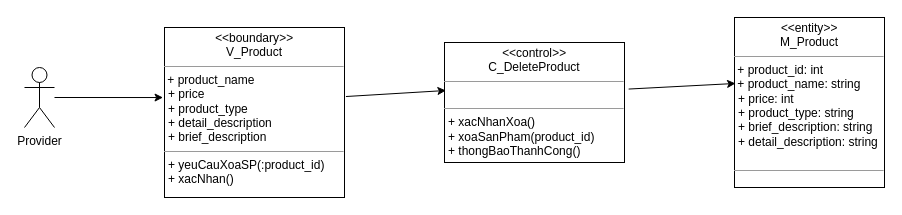
Above: Lop_tham_gia_Usecase/Duy's ClassUC/XoaSanPhamClass.drawio in hoangminh15/PTTKHT (draw.io), before the change. Source tidied: cells renumbered, new cells numbered last; positions are measured from the earlier drawing's top-left corner, leaving out a move shared by most shapes. Both pictures are drawn from the tidied source at 100%, with x=0, y=0 at pixel (24, 17).
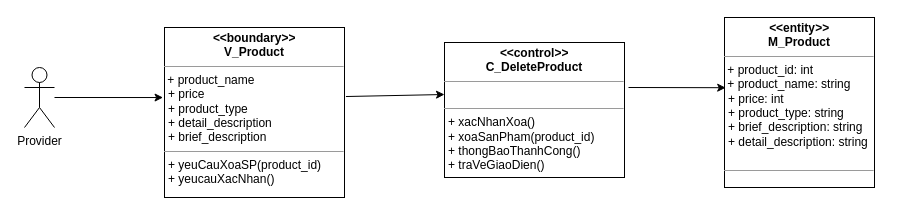
The same page after the edit.

Diff of the diagram source:
```diff
@@
 <mxGraphModel>
   <root>
     <mxCell id="0" />
     <mxCell id="1" parent="0" />
     <mxCell id="2" value="Provider" style="shape=umlActor;verticalLabelPosition=bottom;verticalAlign=top;html=1;" parent="1" vertex="1">
       <mxGeometry y="50" width="30" height="60" as="geometry" />
     </mxCell>
-    <mxCell id="3" value="&lt;p style=&quot;margin: 0px ; margin-top: 4px ; text-align: center&quot;&gt;&lt;i&gt;&amp;lt;&lt;/i&gt;&amp;lt;boundary&lt;i&gt;&amp;gt;&amp;gt;&lt;/i&gt;&lt;br&gt;V_Product&lt;/p&gt;&lt;hr size=&quot;1&quot;&gt;&amp;nbsp;+ product_name&lt;br&gt;&lt;p style=&quot;margin: 0px ; margin-left: 4px&quot;&gt;+ price&lt;br&gt;&lt;/p&gt;&lt;p style=&quot;margin: 0px ; margin-left: 4px&quot;&gt;+ product_type&lt;br&gt;&lt;/p&gt;&lt;p style=&quot;margin: 0px ; margin-left: 4px&quot;&gt;+ detail_description&lt;br&gt;&lt;/p&gt;&lt;p style=&quot;margin: 0px ; margin-left: 4px&quot;&gt;+ brief_description&lt;br&gt;&lt;/p&gt;&lt;hr size=&quot;1&quot;&gt;&lt;p style=&quot;margin: 0px ; margin-left: 4px&quot;&gt;+ yeuCauXoaSP(:product_id)&lt;br&gt;&lt;/p&gt;&lt;p style=&quot;margin: 0px ; margin-left: 4px&quot;&gt;+ xacNhan()&lt;/p&gt;" style="verticalAlign=top;align=left;overflow=fill;fontSize=12;fontFamily=Helvetica;html=1;" parent="1" vertex="1">
+    <mxCell id="3" value="&lt;p style=&quot;margin: 0px ; margin-top: 4px ; text-align: center&quot;&gt;&lt;b&gt;&lt;i&gt;&amp;lt;&lt;/i&gt;&amp;lt;boundary&lt;i&gt;&amp;gt;&amp;gt;&lt;/i&gt;&lt;br&gt;V_Product&lt;/b&gt;&lt;/p&gt;&lt;hr size=&quot;1&quot;&gt;&amp;nbsp;+ product_name&lt;br&gt;&lt;p style=&quot;margin: 0px ; margin-left: 4px&quot;&gt;+ price&lt;br&gt;&lt;/p&gt;&lt;p style=&quot;margin: 0px ; margin-left: 4px&quot;&gt;+ product_type&lt;br&gt;&lt;/p&gt;&lt;p style=&quot;margin: 0px ; margin-left: 4px&quot;&gt;+ detail_description&lt;br&gt;&lt;/p&gt;&lt;p style=&quot;margin: 0px ; margin-left: 4px&quot;&gt;+ brief_description&lt;br&gt;&lt;/p&gt;&lt;hr size=&quot;1&quot;&gt;&lt;p style=&quot;margin: 0px ; margin-left: 4px&quot;&gt;+ yeuCauXoaSP(product_id)&lt;br&gt;&lt;/p&gt;&lt;p style=&quot;margin: 0px ; margin-left: 4px&quot;&gt;+ yeucauXacNhan()&lt;/p&gt;" style="verticalAlign=top;align=left;overflow=fill;fontSize=12;fontFamily=Helvetica;html=1;" parent="1" vertex="1">
       <mxGeometry x="140" y="10" width="180" height="170" as="geometry" />
     </mxCell>
-    <mxCell id="4" value="&lt;p style=&quot;margin: 0px ; margin-top: 4px ; text-align: center&quot;&gt;&lt;i&gt;&amp;lt;&lt;/i&gt;&amp;lt;control&lt;i&gt;&amp;gt;&amp;gt;&lt;/i&gt;&lt;br&gt;C_DeleteProduct&lt;/p&gt;&lt;hr size=&quot;1&quot;&gt;&lt;br&gt;&lt;hr size=&quot;1&quot;&gt;&lt;p style=&quot;margin: 0px ; margin-left: 4px&quot;&gt;+ xacNhanXoa()&lt;/p&gt;&lt;p style=&quot;margin: 0px ; margin-left: 4px&quot;&gt;+ xoaSanPham(product_id)&lt;/p&gt;&lt;p style=&quot;margin: 0px ; margin-left: 4px&quot;&gt;+ thongBaoThanhCong()&lt;br&gt;&lt;br&gt;&lt;/p&gt;" style="verticalAlign=top;align=left;overflow=fill;fontSize=12;fontFamily=Helvetica;html=1;" parent="1" vertex="1">
-      <mxGeometry x="420" y="25" width="180" height="120" as="geometry" />
+    <mxCell id="4" value="&lt;p style=&quot;margin: 0px ; margin-top: 4px ; text-align: center&quot;&gt;&lt;b&gt;&lt;i&gt;&amp;lt;&lt;/i&gt;&amp;lt;control&lt;i&gt;&amp;gt;&amp;gt;&lt;/i&gt;&lt;br&gt;C_DeleteProduct&lt;/b&gt;&lt;/p&gt;&lt;hr size=&quot;1&quot;&gt;&lt;br&gt;&lt;hr size=&quot;1&quot;&gt;&lt;p style=&quot;margin: 0px ; margin-left: 4px&quot;&gt;+ xacNhanXoa()&lt;/p&gt;&lt;p style=&quot;margin: 0px ; margin-left: 4px&quot;&gt;+ xoaSanPham(product_id)&lt;/p&gt;&lt;p style=&quot;margin: 0px ; margin-left: 4px&quot;&gt;+ thongBaoThanhCong()&lt;br&gt;+ traVeGiaoDien()&lt;/p&gt;" style="verticalAlign=top;align=left;overflow=fill;fontSize=12;fontFamily=Helvetica;html=1;" parent="1" vertex="1">
+      <mxGeometry x="420" y="25" width="180" height="135" as="geometry" />
     </mxCell>
-    <mxCell id="5" style="endArrow=classic;html=1;exitX=1.008;exitY=0.406;exitDx=0;exitDy=0;exitPerimeter=0;entryX=0.008;entryY=0.4;entryDx=0;entryDy=0;entryPerimeter=0;" parent="1" edge="1" source="3" target="4">
-      <mxGeometry relative="1" as="geometry" />
+    <mxCell id="5" style="endArrow=classic;html=1;exitX=1.008;exitY=0.406;exitDx=0;exitDy=0;exitPerimeter=0;" parent="1" edge="1" source="3">
+      <mxGeometry relative="1" as="geometry">
+        <mxPoint x="420" y="77" as="targetPoint" />
+      </mxGeometry>
     </mxCell>
     <mxCell id="6" style="endArrow=classic;html=1;entryX=-0.008;entryY=0.412;entryDx=0;entryDy=0;entryPerimeter=0;" parent="1" edge="1" source="2" target="3">
       <mxGeometry relative="1" as="geometry" />
     </mxCell>
-    <mxCell id="7" value="&lt;p style=&quot;margin: 0px ; margin-top: 4px ; text-align: center&quot;&gt;&lt;i&gt;&amp;lt;&lt;/i&gt;&amp;lt;entity&lt;i&gt;&amp;gt;&amp;gt;&lt;/i&gt;&lt;br&gt;M_Product&lt;/p&gt;&lt;hr size=&quot;1&quot;&gt;&lt;div&gt;&amp;nbsp;+ product_id: int&lt;br&gt;&lt;/div&gt;&lt;div&gt;&amp;nbsp;+ product_name: string&lt;br&gt;&lt;/div&gt;&lt;p style=&quot;margin: 0px ; margin-left: 4px&quot;&gt;+ price: int&lt;br&gt;&lt;/p&gt;&lt;p style=&quot;margin: 0px ; margin-left: 4px&quot;&gt;+ product_type: string&lt;br&gt;&lt;/p&gt;&lt;p style=&quot;margin: 0px ; margin-left: 4px&quot;&gt;+ brief_description: string&lt;br&gt;&lt;/p&gt;&lt;p style=&quot;margin: 0px ; margin-left: 4px&quot;&gt;+ detail_description: string&lt;br&gt;&lt;/p&gt;&amp;nbsp;&lt;br&gt;&lt;hr size=&quot;1&quot;&gt;&lt;p style=&quot;margin: 0px ; margin-left: 4px&quot;&gt;&lt;br&gt;&lt;br&gt;&lt;/p&gt;" style="verticalAlign=top;align=left;overflow=fill;fontSize=12;fontFamily=Helvetica;html=1;" parent="1" vertex="1">
-      <mxGeometry x="710" width="150" height="170" as="geometry" />
+    <mxCell id="7" value="&lt;p style=&quot;margin: 0px ; margin-top: 4px ; text-align: center&quot;&gt;&lt;b&gt;&lt;i&gt;&amp;lt;&lt;/i&gt;&amp;lt;entity&lt;i&gt;&amp;gt;&amp;gt;&lt;/i&gt;&lt;br&gt;M_Product&lt;/b&gt;&lt;/p&gt;&lt;hr size=&quot;1&quot;&gt;&lt;div&gt;&amp;nbsp;+ product_id: int&lt;br&gt;&lt;/div&gt;&lt;div&gt;&amp;nbsp;+ product_name: string&lt;br&gt;&lt;/div&gt;&lt;p style=&quot;margin: 0px ; margin-left: 4px&quot;&gt;+ price: int&lt;br&gt;&lt;/p&gt;&lt;p style=&quot;margin: 0px ; margin-left: 4px&quot;&gt;+ product_type: string&lt;br&gt;&lt;/p&gt;&lt;p style=&quot;margin: 0px ; margin-left: 4px&quot;&gt;+ brief_description: string&lt;br&gt;&lt;/p&gt;&lt;p style=&quot;margin: 0px ; margin-left: 4px&quot;&gt;+ detail_description: string&lt;br&gt;&lt;/p&gt;&amp;nbsp;&lt;br&gt;&lt;hr size=&quot;1&quot;&gt;&lt;p style=&quot;margin: 0px ; margin-left: 4px&quot;&gt;&lt;br&gt;&lt;br&gt;&lt;/p&gt;" style="verticalAlign=top;align=left;overflow=fill;fontSize=12;fontFamily=Helvetica;html=1;" parent="1" vertex="1">
+      <mxGeometry x="700" width="150" height="170" as="geometry" />
     </mxCell>
-    <mxCell id="8" style="endArrow=classic;html=1;exitX=1.023;exitY=0.388;exitDx=0;exitDy=0;exitPerimeter=0;entryX=0.007;entryY=0.388;entryDx=0;entryDy=0;entryPerimeter=0;" parent="1" edge="1" source="4" target="7">
-      <mxGeometry relative="1" as="geometry" />
+    <mxCell id="8" style="endArrow=classic;html=1;entryX=0.008;entryY=0.413;entryDx=0;entryDy=0;entryPerimeter=0;" parent="1" edge="1" target="7">
+      <mxGeometry relative="1" as="geometry">
+        <mxPoint x="604" y="70" as="sourcePoint" />
+      </mxGeometry>
     </mxCell>
   </root>
 </mxGraphModel>
```
